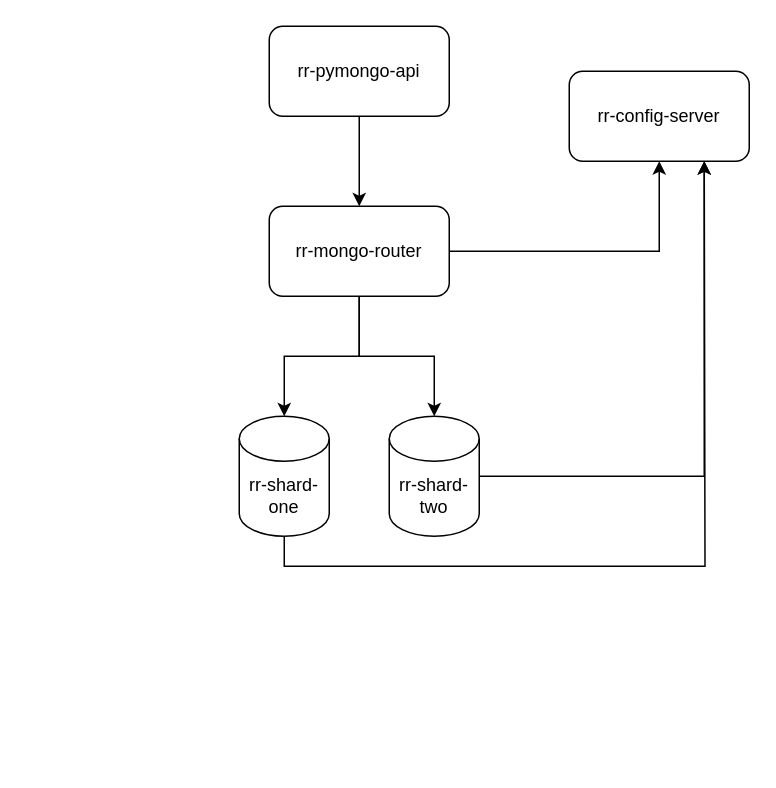
Earlier version of the draw.io diagram mongo-sharding-repl/mongo-sharding-repl.drawio (RasskazovR/ya-swa-sprint-2). Source tidied: cells renumbered, new cells numbered last; positions are measured from the earlier drawing's top-left corner, leaving out a move shared by most shapes. Both pictures are drawn from the tidied source at 150%, with x=0, y=0 at pixel (238, 26).
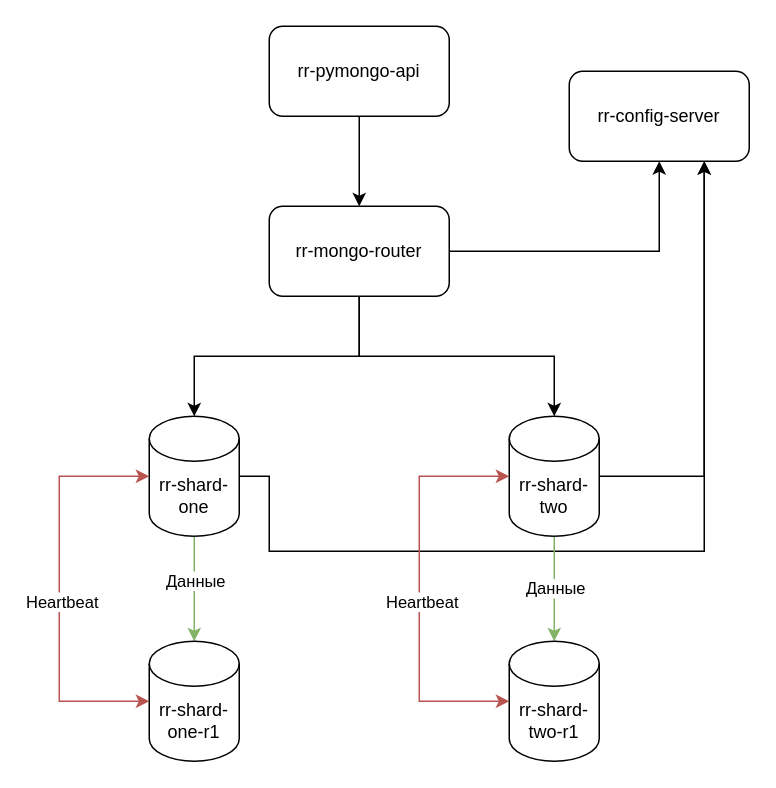
The same diagram, later.

Unchanged cells that the change refers to:
```xml
<mxCell id="7" value="rr-mongo-router" style="rounded=1;whiteSpace=wrap;html=1;" parent="1" vertex="1">
  <mxGeometry x="20" y="120" width="120" height="60" as="geometry" />
</mxCell>
```

Diff of the diagram source:
```diff
@@
-    <mxCell id="2" style="edgeStyle=orthogonalEdgeStyle;rounded=0;jettySize=auto;html=1;exitX=0.5;exitY=1;exitDx=0;exitDy=0;exitPerimeter=0;" parent="1" edge="1" source="3">
+    <mxCell id="2" style="edgeStyle=orthogonalEdgeStyle;rounded=0;jettySize=auto;html=1;exitX=1;exitY=0.5;exitDx=0;exitDy=0;exitPerimeter=0;" parent="1" edge="1" source="3">
       <mxGeometry relative="1" as="geometry">
         <mxPoint x="310" y="90" as="targetPoint" />
+        <Array as="points">
+          <mxPoint x="20" y="300" />
+          <mxPoint x="20" y="350" />
+          <mxPoint x="310" y="350" />
+        </Array>
       </mxGeometry>
     </mxCell>
+    <mxCell id="13" style="edgeStyle=orthogonalEdgeStyle;rounded=0;jettySize=auto;html=1;exitX=0.5;exitY=1;exitDx=0;exitDy=0;exitPerimeter=0;fillColor=#d5e8d4;strokeColor=#82b366;" parent="1" edge="1" source="3" target="17">
+      <mxGeometry relative="1" as="geometry" />
+    </mxCell>
+    <mxCell id="14" value="Данные" style="edgeLabel;html=1;align=center;verticalAlign=middle;" parent="13" vertex="1">
+      <mxGeometry x="-0.16" relative="1" as="geometry" />
+    </mxCell>
     <mxCell id="3" value="rr-shard-one" style="shape=cylinder3;whiteSpace=wrap;html=1;boundedLbl=1;backgroundOutline=1;size=15;" parent="1" vertex="1">
-      <mxGeometry y="260" width="60" height="80" as="geometry" />
+      <mxGeometry x="-60" y="260" width="60" height="80" as="geometry" />
     </mxCell>
@@
+    <mxCell id="15" style="edgeStyle=orthogonalEdgeStyle;rounded=0;jettySize=auto;html=1;fillColor=#d5e8d4;strokeColor=#82b366;" parent="1" edge="1" source="9" target="18">
+      <mxGeometry relative="1" as="geometry">
+        <Array as="points">
+          <mxPoint x="210" y="390" />
+          <mxPoint x="210" y="390" />
+        </Array>
+      </mxGeometry>
+    </mxCell>
+    <mxCell id="16" value="Данные" style="edgeLabel;html=1;align=center;verticalAlign=middle;" parent="15" vertex="1">
+      <mxGeometry x="-0.04" relative="1" as="geometry" />
+    </mxCell>
     <mxCell id="9" value="rr-shard-two" style="shape=cylinder3;whiteSpace=wrap;html=1;boundedLbl=1;backgroundOutline=1;size=15;" parent="1" vertex="1">
-      <mxGeometry x="100" y="260" width="60" height="80" as="geometry" />
+      <mxGeometry x="180" y="260" width="60" height="80" as="geometry" />
     </mxCell>
-    <mxCell id="10" style="edgeStyle=orthogonalEdgeStyle;rounded=0;jettySize=auto;html=1;entryX=0.5;entryY=0;entryDx=0;entryDy=0;entryPerimeter=0;" parent="1" edge="1" source="7" target="3">
+    <mxCell id="10" style="edgeStyle=orthogonalEdgeStyle;rounded=0;jettySize=auto;html=1;entryX=0.5;entryY=0;entryDx=0;entryDy=0;entryPerimeter=0;exitX=0.5;exitY=1;exitDx=0;exitDy=0;" parent="1" edge="1" source="7" target="3">
       <mxGeometry relative="1" as="geometry" />
     </mxCell>
-    <mxCell id="11" style="edgeStyle=orthogonalEdgeStyle;rounded=0;jettySize=auto;html=1;entryX=0.5;entryY=0;entryDx=0;entryDy=0;entryPerimeter=0;" parent="1" edge="1" source="7" target="9">
+    <mxCell id="11" style="edgeStyle=orthogonalEdgeStyle;rounded=0;jettySize=auto;html=1;entryX=0.5;entryY=0;entryDx=0;entryDy=0;entryPerimeter=0;exitX=0.5;exitY=1;exitDx=0;exitDy=0;" parent="1" edge="1" source="7" target="9">
       <mxGeometry relative="1" as="geometry" />
     </mxCell>
@@
+    <mxCell id="17" value="rr-shard-one-r1" style="shape=cylinder3;whiteSpace=wrap;html=1;boundedLbl=1;backgroundOutline=1;size=15;" parent="1" vertex="1">
+      <mxGeometry x="-60" y="410" width="60" height="80" as="geometry" />
+    </mxCell>
+    <mxCell id="18" value="rr-shard-two-r1" style="shape=cylinder3;whiteSpace=wrap;html=1;boundedLbl=1;backgroundOutline=1;size=15;" parent="1" vertex="1">
+      <mxGeometry x="180" y="410" width="60" height="80" as="geometry" />
+    </mxCell>
+    <mxCell id="19" style="endArrow=classic;startArrow=classic;html=1;rounded=0;exitX=0;exitY=0.5;exitDx=0;exitDy=0;exitPerimeter=0;entryX=0;entryY=0.5;entryDx=0;entryDy=0;entryPerimeter=0;fillColor=#f8cecc;strokeColor=#b85450;" parent="1" edge="1" source="17" target="3">
+      <mxGeometry relative="1" as="geometry">
+        <Array as="points">
+          <mxPoint x="-120" y="450" />
+          <mxPoint x="-120" y="300" />
+        </Array>
+      </mxGeometry>
+    </mxCell>
+    <mxCell id="20" value="Heartbeat" style="edgeLabel;html=1;align=center;verticalAlign=middle;" parent="19" vertex="1">
+      <mxGeometry x="-0.06" y="-1" relative="1" as="geometry" />
+    </mxCell>
+    <mxCell id="21" style="endArrow=classic;startArrow=classic;html=1;rounded=0;exitX=0;exitY=0.5;exitDx=0;exitDy=0;exitPerimeter=0;entryX=0;entryY=0.5;entryDx=0;entryDy=0;entryPerimeter=0;fillColor=#f8cecc;strokeColor=#b85450;" parent="1" edge="1">
+      <mxGeometry relative="1" as="geometry">
+        <mxPoint x="180" y="450" as="sourcePoint" />
+        <mxPoint x="180" y="300" as="targetPoint" />
+        <Array as="points">
+          <mxPoint x="120" y="450" />
+          <mxPoint x="120" y="300" />
+        </Array>
+      </mxGeometry>
+    </mxCell>
+    <mxCell id="22" value="Heartbeat" style="edgeLabel;html=1;align=center;verticalAlign=middle;" parent="21" vertex="1">
+      <mxGeometry x="-0.06" y="-1" relative="1" as="geometry" />
+    </mxCell>
```
